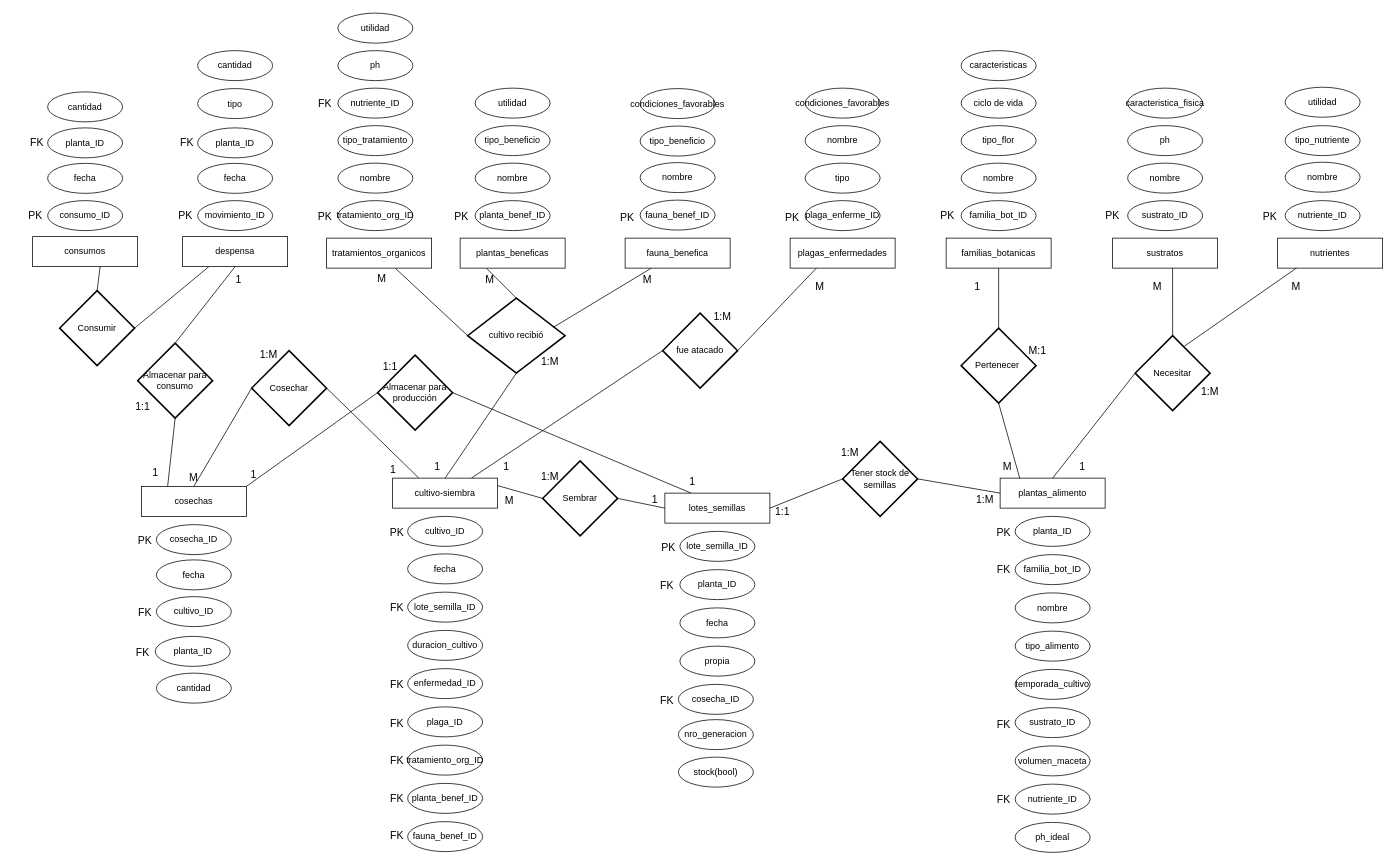
This is 39775-desafio2-Higa.drawio from MariaSoledadHiga/sql-coderhouse, a draw.io file, before an edit. Source tidied: cells renumbered, new cells numbered last; positions are measured from the earlier drawing's top-left corner, leaving out a move shared by most shapes. Both pictures are drawn from the tidied source at 75%, with x=0, y=0 at pixel (13, 13).
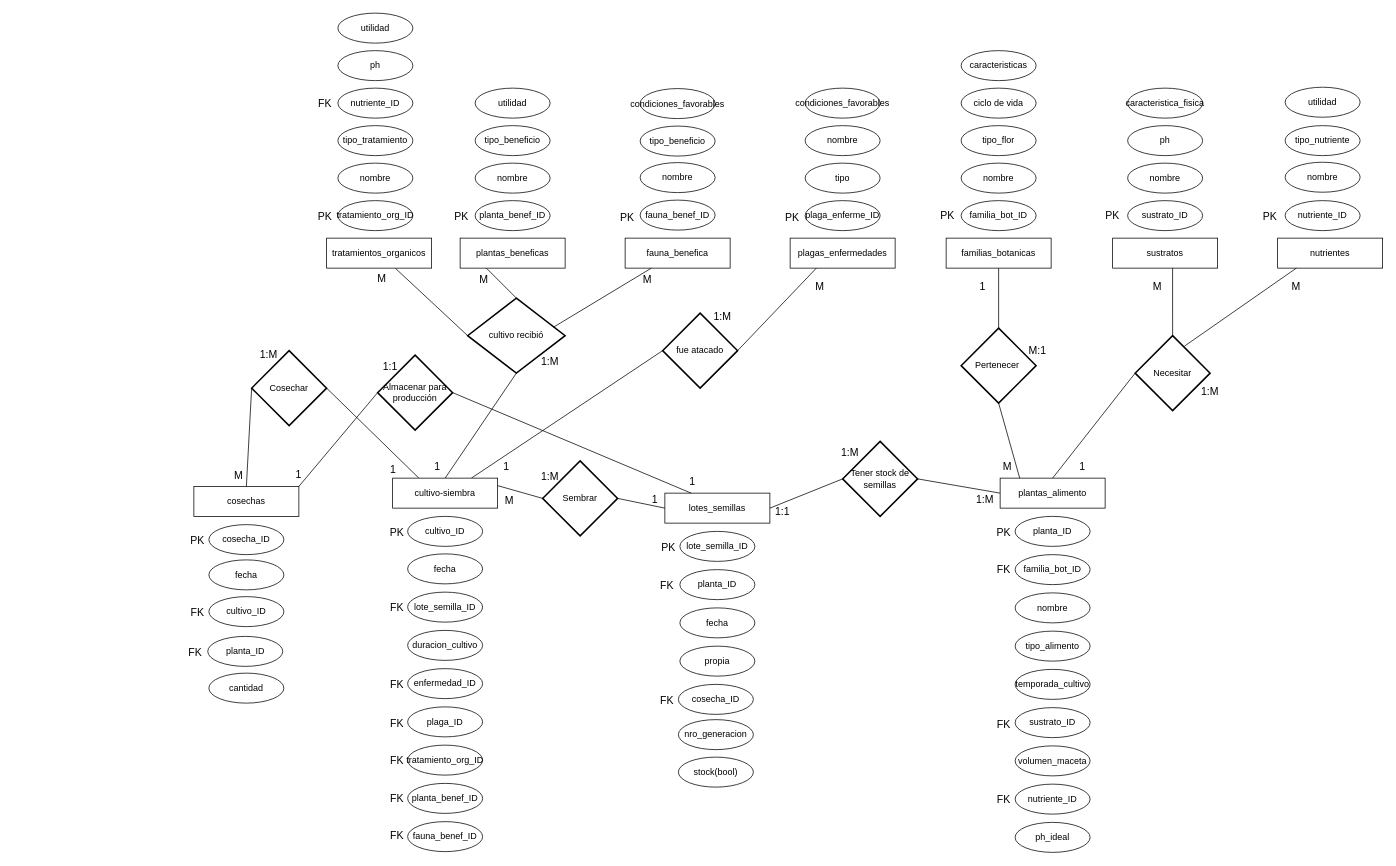
The same diagram, later.

The edit, as a diff of the source:
```diff
@@
     <mxCell id="74" value="1" style="text;html=1;strokeColor=none;fillColor=none;align=center;verticalAlign=middle;whiteSpace=wrap;rounded=0;fontSize=14;" parent="1" vertex="1">
-      <mxGeometry x="1256" y="350" width="60" height="30" as="geometry" />
+      <mxGeometry x="1263" y="350" width="60" height="30" as="geometry" />
     </mxCell>
@@
     <mxCell id="91" value="M" style="text;html=1;strokeColor=none;fillColor=none;align=center;verticalAlign=middle;whiteSpace=wrap;rounded=0;fontSize=14;" parent="1" vertex="1">
-      <mxGeometry x="606" y="340" width="60" height="30" as="geometry" />
+      <mxGeometry x="598" y="340" width="60" height="30" as="geometry" />
     </mxCell>
@@
-    <mxCell id="142" style="edgeStyle=none;rounded=0;jettySize=auto;html=1;entryX=0.25;entryY=1;entryDx=0;entryDy=0;endArrow=none;endFill=0;exitX=1;exitY=0.5;exitDx=0;exitDy=0;exitPerimeter=0;" parent="1" edge="1" source="145" target="162">
-      <mxGeometry relative="1" as="geometry" />
-    </mxCell>
-    <mxCell id="143" value="consumos" style="whiteSpace=wrap;html=1;align=center;" parent="1" vertex="1">
-      <mxGeometry x="26" y="298" width="140" height="40" as="geometry" />
-    </mxCell>
-    <mxCell id="144" style="edgeStyle=none;rounded=0;jettySize=auto;html=1;exitX=0.5;exitY=0;exitDx=0;exitDy=0;exitPerimeter=0;entryX=0.643;entryY=1;entryDx=0;entryDy=0;entryPerimeter=0;endArrow=none;endFill=0;" parent="1" edge="1" source="145" target="143">
-      <mxGeometry relative="1" as="geometry" />
-    </mxCell>
-    <mxCell id="145" value="Consumir" style="strokeWidth=2;html=1;shape=mxgraph.flowchart.decision;whiteSpace=wrap;" parent="1" vertex="1">
-      <mxGeometry x="62" y="370" width="100" height="100" as="geometry" />
-    </mxCell>
-    <mxCell id="146" style="rounded=0;jettySize=auto;html=1;exitX=0.25;exitY=0;exitDx=0;exitDy=0;entryX=0.5;entryY=1;entryDx=0;entryDy=0;entryPerimeter=0;endArrow=none;endFill=0;" parent="1" edge="1" source="147" target="169">
-      <mxGeometry relative="1" as="geometry" />
-    </mxCell>
     <mxCell id="147" value="cosechas" style="whiteSpace=wrap;html=1;align=center;" parent="1" vertex="1">
-      <mxGeometry x="171" y="631" width="140" height="40" as="geometry" />
+      <mxGeometry x="241" y="631" width="140" height="40" as="geometry" />
     </mxCell>
     <mxCell id="148" value="cosecha_ID" style="ellipse;whiteSpace=wrap;html=1;align=center;" parent="1" vertex="1">
-      <mxGeometry x="191" y="682" width="100" height="40" as="geometry" />
+      <mxGeometry x="261" y="682" width="100" height="40" as="geometry" />
     </mxCell>
     <mxCell id="149" value="cultivo_ID" style="ellipse;whiteSpace=wrap;html=1;align=center;" parent="1" vertex="1">
-      <mxGeometry x="191" y="778" width="100" height="40" as="geometry" />
+      <mxGeometry x="261" y="778" width="100" height="40" as="geometry" />
     </mxCell>
     <mxCell id="150" value="fecha" style="ellipse;whiteSpace=wrap;html=1;align=center;" parent="1" vertex="1">
-      <mxGeometry x="191" y="729" width="100" height="40" as="geometry" />
+      <mxGeometry x="261" y="729" width="100" height="40" as="geometry" />
     </mxCell>
     <mxCell id="151" value="cantidad" style="ellipse;whiteSpace=wrap;html=1;align=center;" parent="1" vertex="1">
-      <mxGeometry x="191" y="880" width="100" height="40" as="geometry" />
+      <mxGeometry x="261" y="880" width="100" height="40" as="geometry" />
     </mxCell>
     <mxCell id="152" value="M" style="text;html=1;strokeColor=none;fillColor=none;align=center;verticalAlign=middle;whiteSpace=wrap;rounded=0;fontSize=14;" parent="1" vertex="1">
-      <mxGeometry x="211" y="604" width="60" height="30" as="geometry" />
+      <mxGeometry x="271" y="601" width="60" height="30" as="geometry" />
     </mxCell>
     <mxCell id="153" value="PK" style="text;html=1;strokeColor=none;fillColor=none;align=center;verticalAlign=middle;whiteSpace=wrap;rounded=0;fontSize=14;" parent="1" vertex="1">
-      <mxGeometry x="146" y="688" width="60" height="30" as="geometry" />
+      <mxGeometry x="216" y="688" width="60" height="30" as="geometry" />
     </mxCell>
     <mxCell id="154" value="FK" style="text;html=1;strokeColor=none;fillColor=none;align=center;verticalAlign=middle;whiteSpace=wrap;rounded=0;fontSize=14;" parent="1" vertex="1">
-      <mxGeometry x="146" y="784" width="60" height="30" as="geometry" />
+      <mxGeometry x="216" y="784" width="60" height="30" as="geometry" />
     </mxCell>
     <mxCell id="155" value="1" style="text;html=1;strokeColor=none;fillColor=none;align=center;verticalAlign=middle;whiteSpace=wrap;rounded=0;fontSize=14;" parent="1" vertex="1">
-      <mxGeometry x="291" y="600" width="60" height="30" as="geometry" />
+      <mxGeometry x="351" y="600" width="60" height="30" as="geometry" />
     </mxCell>
-    <mxCell id="156" value="consumo_ID" style="ellipse;whiteSpace=wrap;html=1;align=center;" parent="1" vertex="1">
-      <mxGeometry x="46" y="250" width="100" height="40" as="geometry" />
-    </mxCell>
-    <mxCell id="157" value="fecha" style="ellipse;whiteSpace=wrap;html=1;align=center;" parent="1" vertex="1">
-      <mxGeometry x="46" y="200.3" width="100" height="40" as="geometry" />
-    </mxCell>
-    <mxCell id="158" value="planta_ID" style="ellipse;whiteSpace=wrap;html=1;align=center;" parent="1" vertex="1">
-      <mxGeometry x="46" y="153" width="100" height="40" as="geometry" />
-    </mxCell>
-    <mxCell id="159" value="cantidad" style="ellipse;whiteSpace=wrap;html=1;align=center;" parent="1" vertex="1">
-      <mxGeometry x="46" y="105" width="100" height="40" as="geometry" />
-    </mxCell>
-    <mxCell id="160" value="PK" style="text;html=1;strokeColor=none;fillColor=none;align=center;verticalAlign=middle;whiteSpace=wrap;rounded=0;fontSize=14;" parent="1" vertex="1">
-      <mxGeometry y="255" width="60" height="30" as="geometry" />
-    </mxCell>
-    <mxCell id="161" value="FK" style="text;html=1;strokeColor=none;fillColor=none;align=center;verticalAlign=middle;whiteSpace=wrap;rounded=0;fontSize=14;" parent="1" vertex="1">
-      <mxGeometry x="2" y="158" width="60" height="30" as="geometry" />
-    </mxCell>
-    <mxCell id="162" value="despensa" style="whiteSpace=wrap;html=1;align=center;" parent="1" vertex="1">
-      <mxGeometry x="226" y="298" width="140" height="40" as="geometry" />
-    </mxCell>
-    <mxCell id="163" value="movimiento_ID" style="ellipse;whiteSpace=wrap;html=1;align=center;" parent="1" vertex="1">
-      <mxGeometry x="246" y="250" width="100" height="40" as="geometry" />
-    </mxCell>
-    <mxCell id="164" value="fecha" style="ellipse;whiteSpace=wrap;html=1;align=center;" parent="1" vertex="1">
-      <mxGeometry x="246" y="200.3" width="100" height="40" as="geometry" />
-    </mxCell>
-    <mxCell id="165" value="planta_ID" style="ellipse;whiteSpace=wrap;html=1;align=center;" parent="1" vertex="1">
-      <mxGeometry x="246" y="153" width="100" height="40" as="geometry" />
-    </mxCell>
-    <mxCell id="166" value="PK" style="text;html=1;strokeColor=none;fillColor=none;align=center;verticalAlign=middle;whiteSpace=wrap;rounded=0;fontSize=14;" parent="1" vertex="1">
-      <mxGeometry x="200" y="255" width="60" height="30" as="geometry" />
-    </mxCell>
-    <mxCell id="167" value="FK" style="text;html=1;strokeColor=none;fillColor=none;align=center;verticalAlign=middle;whiteSpace=wrap;rounded=0;fontSize=14;" parent="1" vertex="1">
-      <mxGeometry x="202" y="158" width="60" height="30" as="geometry" />
-    </mxCell>
-    <mxCell id="168" style="edgeStyle=none;rounded=0;jettySize=auto;html=1;exitX=0.5;exitY=0;exitDx=0;exitDy=0;exitPerimeter=0;entryX=0.5;entryY=1;entryDx=0;entryDy=0;endArrow=none;endFill=0;" parent="1" edge="1" source="169" target="162">
-      <mxGeometry relative="1" as="geometry" />
-    </mxCell>
-    <mxCell id="169" value="Almacenar para consumo" style="strokeWidth=2;html=1;shape=mxgraph.flowchart.decision;whiteSpace=wrap;" parent="1" vertex="1">
-      <mxGeometry x="166" y="440" width="100" height="100" as="geometry" />
-    </mxCell>
-    <mxCell id="170" value="tipo" style="ellipse;whiteSpace=wrap;html=1;align=center;" parent="1" vertex="1">
-      <mxGeometry x="246" y="100.6" width="100" height="40" as="geometry" />
-    </mxCell>
     <mxCell id="171" value="planta_ID" style="ellipse;whiteSpace=wrap;html=1;align=center;" parent="1" vertex="1">
-      <mxGeometry x="189.5" y="831" width="100" height="40" as="geometry" />
+      <mxGeometry x="259.5" y="831" width="100" height="40" as="geometry" />
     </mxCell>
     <mxCell id="172" value="FK" style="text;html=1;strokeColor=none;fillColor=none;align=center;verticalAlign=middle;whiteSpace=wrap;rounded=0;fontSize=14;" parent="1" vertex="1">
-      <mxGeometry x="142.5" y="837" width="60" height="30" as="geometry" />
+      <mxGeometry x="212.5" y="837" width="60" height="30" as="geometry" />
     </mxCell>
-    <mxCell id="173" value="cantidad" style="ellipse;whiteSpace=wrap;html=1;align=center;" parent="1" vertex="1">
-      <mxGeometry x="246" y="50" width="100" height="40" as="geometry" />
-    </mxCell>
@@
-    <mxCell id="183" value="1:1" style="text;html=1;strokeColor=none;fillColor=none;align=center;verticalAlign=middle;whiteSpace=wrap;rounded=0;fontSize=14;" parent="1" vertex="1">
-      <mxGeometry x="142.5" y="510" width="60" height="30" as="geometry" />
-    </mxCell>
-    <mxCell id="184" value="1" style="text;html=1;strokeColor=none;fillColor=none;align=center;verticalAlign=middle;whiteSpace=wrap;rounded=0;fontSize=14;" parent="1" vertex="1">
-      <mxGeometry x="160" y="597" width="60" height="30" as="geometry" />
-    </mxCell>
-    <mxCell id="185" value="1" style="text;html=1;strokeColor=none;fillColor=none;align=center;verticalAlign=middle;whiteSpace=wrap;rounded=0;fontSize=14;" parent="1" vertex="1">
-      <mxGeometry x="271" y="340" width="60" height="30" as="geometry" />
-    </mxCell>
```
